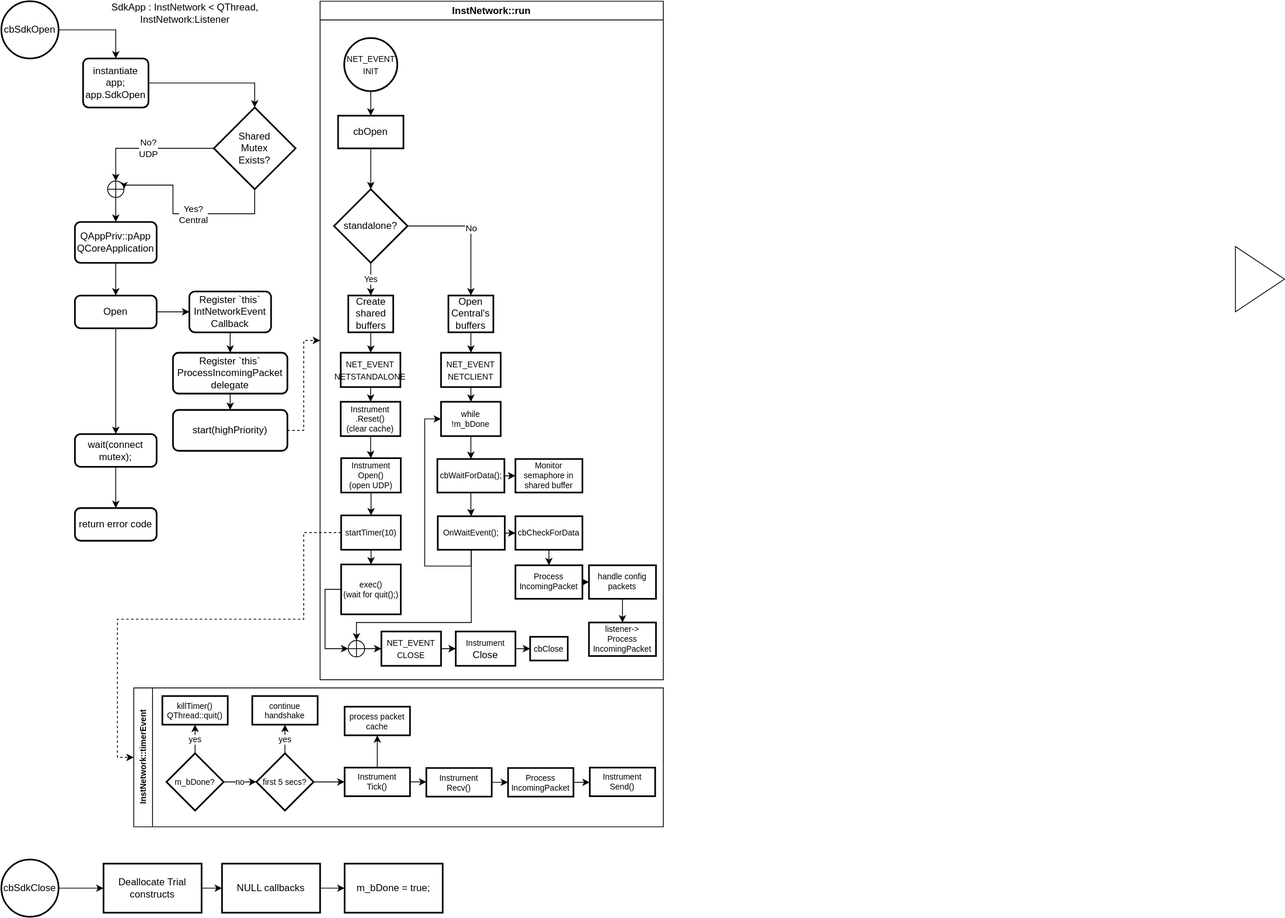
This is doc/cbSdkOpen_flowchart.svg from EEGKit/CereLink, a draw.io export, as it was before one commit. Source tidied: cells renumbered, new cells last; positions are measured from the earlier drawing's top-left corner, leaving out a move shared by most shapes.
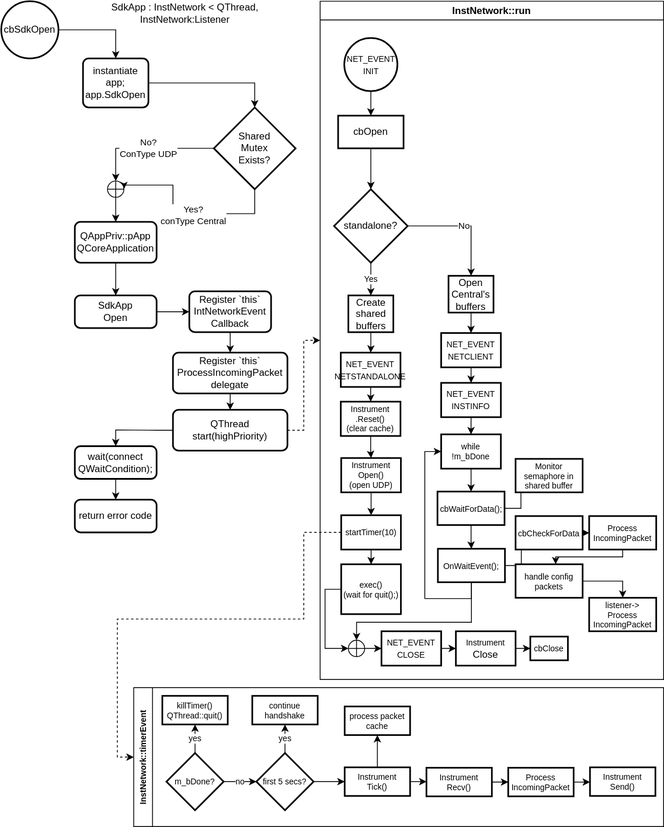
After the change.

Commit message:
Add cbSdkOpen flowchart V2 for proposed changes.

Diff of the diagram source:
```diff
@@ -14,7 +14,7 @@
     <mxCell id="5" value="instantiate app;&lt;br&gt;app.SdkOpen" style="rounded=1;whiteSpace=wrap;html=1;absoluteArcSize=1;arcSize=14;strokeWidth=2;" parent="1" vertex="1">
       <mxGeometry x="100" y="70" width="80" height="60" as="geometry" />
     </mxCell>
-    <mxCell id="6" value="No?&lt;br&gt;UDP" style="edgeStyle=orthogonalEdgeStyle;rounded=0;jettySize=auto;html=1;entryX=0.5;entryY=0;entryDx=0;entryDy=0;entryPerimeter=0;" parent="1" edge="1" source="9" target="22">
+    <mxCell id="6" value="No?&lt;br&gt;ConType UDP" style="edgeStyle=orthogonalEdgeStyle;rounded=0;jettySize=auto;html=1;entryX=0.5;entryY=0;entryDx=0;entryDy=0;entryPerimeter=0;" parent="1" edge="1" source="9" target="22">
       <mxGeometry relative="1" as="geometry" />
     </mxCell>
     <mxCell id="7" style="edgeStyle=orthogonalEdgeStyle;rounded=0;jettySize=auto;html=1;entryX=1;entryY=0.5;entryDx=0;entryDy=0;exitX=0.5;exitY=1;exitDx=0;exitDy=0;exitPerimeter=0;entryPerimeter=0;" parent="1" edge="1" source="9" target="22">
@@ -27,7 +27,7 @@
         </Array>
       </mxGeometry>
     </mxCell>
-    <mxCell id="8" value="Yes?&lt;br&gt;Central" style="edgeLabel;html=1;align=center;verticalAlign=middle;" parent="7" vertex="1">
+    <mxCell id="8" value="Yes?&lt;br&gt;conType Central" style="edgeLabel;html=1;align=center;verticalAlign=middle;" parent="7" vertex="1">
       <mxGeometry x="-0.09" y="1" relative="1" as="geometry" />
     </mxCell>
     <mxCell id="9" value="Shared&lt;br&gt;Mutex&lt;br&gt;Exists?" style="strokeWidth=2;html=1;shape=mxgraph.flowchart.decision;whiteSpace=wrap;" parent="1" vertex="1">
@@ -36,15 +36,9 @@
     <mxCell id="10" style="edgeStyle=orthogonalEdgeStyle;rounded=0;jettySize=auto;html=1;entryX=0;entryY=0.5;entryDx=0;entryDy=0;" parent="1" edge="1" source="12" target="15">
       <mxGeometry relative="1" as="geometry" />
     </mxCell>
-    <mxCell id="11" style="edgeStyle=orthogonalEdgeStyle;rounded=0;jettySize=auto;html=1;" parent="1" edge="1" source="12" target="26">
-      <mxGeometry relative="1" as="geometry" />
-    </mxCell>
-    <mxCell id="12" value="Open" style="rounded=1;whiteSpace=wrap;html=1;absoluteArcSize=1;arcSize=14;strokeWidth=2;" parent="1" vertex="1">
+    <mxCell id="12" value="SdkApp&lt;br&gt;Open" style="rounded=1;whiteSpace=wrap;html=1;absoluteArcSize=1;arcSize=14;strokeWidth=2;" parent="1" vertex="1">
       <mxGeometry x="90" y="360" width="100" height="40" as="geometry" />
     </mxCell>
-    <mxCell id="13" style="triangle;whiteSpace=wrap;html=1;" parent="1" vertex="1">
-      <mxGeometry x="1510" y="300" width="60" height="80" as="geometry" />
-    </mxCell>
     <mxCell id="14" style="edgeStyle=orthogonalEdgeStyle;rounded=0;jettySize=auto;html=1;entryX=0.5;entryY=0;entryDx=0;entryDy=0;" parent="1" edge="1" source="15" target="17">
       <mxGeometry relative="1" as="geometry" />
     </mxCell>
@@ -75,17 +69,20 @@
     <mxCell id="23" style="edgeStyle=orthogonalEdgeStyle;rounded=0;jettySize=auto;html=1;entryX=0;entryY=0.5;entryDx=0;entryDy=0;dashed=1;" parent="1" edge="1" source="24" target="28">
       <mxGeometry relative="1" as="geometry" />
     </mxCell>
+    <mxCell id="102" style="edgeStyle=orthogonalEdgeStyle;rounded=0;jettySize=auto;html=1;entryX=0.5;entryY=0;entryDx=0;entryDy=0;" parent="1" edge="1" source="24" target="26">
+      <mxGeometry relative="1" as="geometry" />
+    </mxCell>
-    <mxCell id="24" value="start(highPriority)" style="rounded=1;whiteSpace=wrap;html=1;absoluteArcSize=1;arcSize=14;strokeWidth=2;" parent="1" vertex="1">
+    <mxCell id="24" value="QThread&lt;br&gt;start(highPriority)" style="rounded=1;whiteSpace=wrap;html=1;absoluteArcSize=1;arcSize=14;strokeWidth=2;" parent="1" vertex="1">
       <mxGeometry x="210" y="500" width="140" height="50" as="geometry" />
     </mxCell>
     <mxCell id="25" style="edgeStyle=orthogonalEdgeStyle;rounded=0;jettySize=auto;html=1;" parent="1" edge="1" source="26" target="27">
       <mxGeometry relative="1" as="geometry" />
     </mxCell>
-    <mxCell id="26" value="wait(connect mutex);" style="rounded=1;whiteSpace=wrap;html=1;absoluteArcSize=1;arcSize=14;strokeWidth=2;" parent="1" vertex="1">
-      <mxGeometry x="90" y="529.5" width="100" height="40" as="geometry" />
+    <mxCell id="26" value="wait(connect QWaitCondition);" style="rounded=1;whiteSpace=wrap;html=1;absoluteArcSize=1;arcSize=14;strokeWidth=2;" parent="1" vertex="1">
+      <mxGeometry x="90" y="544.5" width="100" height="40" as="geometry" />
     </mxCell>
     <mxCell id="27" value="return error code" style="rounded=1;whiteSpace=wrap;html=1;absoluteArcSize=1;arcSize=14;strokeWidth=2;" parent="1" vertex="1">
-      <mxGeometry x="90" y="620" width="100" height="40" as="geometry" />
+      <mxGeometry x="90" y="610" width="100" height="40" as="geometry" />
     </mxCell>
     <mxCell id="28" value="InstNetwork::run" style="swimlane;whiteSpace=wrap;html=1;" parent="1" vertex="1">
       <mxGeometry x="390" width="420" height="830" as="geometry" />
@@ -112,7 +109,7 @@
       <mxGeometry relative="1" as="geometry" />
     </mxCell>
     <mxCell id="36" value="Open&lt;br&gt;Central's&lt;br&gt;buffers" style="whiteSpace=wrap;html=1;strokeWidth=2;" parent="28" vertex="1">
-      <mxGeometry x="157" y="360" width="55" height="45" as="geometry" />
+      <mxGeometry x="157" y="336" width="55" height="45" as="geometry" />
     </mxCell>
     <mxCell id="37" value="No" style="edgeStyle=orthogonalEdgeStyle;rounded=0;jettySize=auto;html=1;" parent="28" edge="1" source="34" target="36">
       <mxGeometry relative="1" as="geometry" />
@@ -129,11 +126,11 @@
     <mxCell id="41" value="&lt;font style=&quot;font-size: 10px;&quot;&gt;NET_EVENT&lt;br&gt;NETSTANDALONE&lt;/font&gt;" style="whiteSpace=wrap;html=1;strokeWidth=2;" parent="28" vertex="1">
       <mxGeometry x="25.2" y="430" width="73" height="42" as="geometry" />
     </mxCell>
-    <mxCell id="42" style="edgeStyle=orthogonalEdgeStyle;rounded=0;jettySize=auto;html=1;fontSize=10;" parent="28" edge="1" source="43" target="53">
-      <mxGeometry relative="1" as="geometry" />
-    </mxCell>
+    <mxCell id="103" style="edgeStyle=orthogonalEdgeStyle;rounded=0;jettySize=auto;html=1;" parent="28" edge="1" source="43" target="105">
+      <mxGeometry relative="1" as="geometry" />
+    </mxCell>
     <mxCell id="43" value="&lt;font style=&quot;font-size: 10px;&quot;&gt;NET_EVENT&lt;br&gt;NETCLIENT&lt;/font&gt;" style="whiteSpace=wrap;html=1;strokeWidth=2;" parent="28" vertex="1">
-      <mxGeometry x="148" y="430" width="73" height="42" as="geometry" />
+      <mxGeometry x="148" y="406" width="73" height="42" as="geometry" />
     </mxCell>
     <mxCell id="44" style="edgeStyle=orthogonalEdgeStyle;rounded=0;jettySize=auto;html=1;fontSize=10;" parent="28" edge="1" source="45" target="47">
       <mxGeometry relative="1" as="geometry" />
@@ -168,7 +165,7 @@
       <mxGeometry relative="1" as="geometry" />
     </mxCell>
     <mxCell id="53" value="while&lt;br&gt;!m_bDone" style="whiteSpace=wrap;html=1;strokeWidth=2;fontSize=10;" parent="28" vertex="1">
-      <mxGeometry x="148" y="490" width="73" height="42" as="geometry" />
+      <mxGeometry x="148" y="530" width="73" height="42" as="geometry" />
     </mxCell>
     <mxCell id="54" style="edgeStyle=orthogonalEdgeStyle;rounded=0;jettySize=auto;html=1;fontSize=10;" parent="28" edge="1" source="56" target="59">
       <mxGeometry relative="1" as="geometry" />
@@ -177,7 +174,7 @@
       <mxGeometry relative="1" as="geometry" />
     </mxCell>
     <mxCell id="56" value="cbWaitForData();" style="whiteSpace=wrap;html=1;strokeWidth=2;fontSize=10;" parent="28" vertex="1">
-      <mxGeometry x="143.5" y="560" width="82" height="41" as="geometry" />
+      <mxGeometry x="143.5" y="600" width="82" height="41" as="geometry" />
     </mxCell>
     <mxCell id="57" style="edgeStyle=orthogonalEdgeStyle;rounded=0;jettySize=auto;html=1;fontSize=10;" parent="28" edge="1" source="59" target="62">
       <mxGeometry relative="1" as="geometry" />
@@ -186,7 +183,7 @@
       <mxGeometry relative="1" as="geometry" />
     </mxCell>
     <mxCell id="59" value="OnWaitEvent();" style="whiteSpace=wrap;html=1;strokeWidth=2;fontSize=10;" parent="28" vertex="1">
-      <mxGeometry x="144" y="630" width="82" height="41" as="geometry" />
+      <mxGeometry x="144" y="670" width="82" height="41" as="geometry" />
     </mxCell>
     <mxCell id="60" value="Monitor semaphore in shared buffer" style="whiteSpace=wrap;html=1;strokeWidth=2;fontSize=10;" parent="28" vertex="1">
       <mxGeometry x="239" y="560" width="82" height="41" as="geometry" />
@@ -198,19 +195,24 @@
       <mxGeometry x="239" y="630" width="82" height="41" as="geometry" />
     </mxCell>
     <mxCell id="63" style="edgeStyle=orthogonalEdgeStyle;rounded=0;jettySize=auto;html=1;fontSize=10;" parent="28" edge="1" source="64" target="66">
-      <mxGeometry relative="1" as="geometry" />
+      <mxGeometry relative="1" as="geometry">
+        <Array as="points">
+          <mxPoint x="370" y="680" />
+          <mxPoint x="288" y="680" />
+        </Array>
+      </mxGeometry>
     </mxCell>
     <mxCell id="64" value="Process&lt;br&gt;IncomingPacket" style="whiteSpace=wrap;html=1;strokeWidth=2;fontSize=10;" parent="28" vertex="1">
-      <mxGeometry x="239" y="690" width="82" height="41" as="geometry" />
+      <mxGeometry x="329" y="630" width="82" height="41" as="geometry" />
     </mxCell>
-    <mxCell id="65" style="edgeStyle=orthogonalEdgeStyle;rounded=0;jettySize=auto;html=1;fontSize=10;" parent="28" edge="1" source="66" target="67">
+    <mxCell id="65" style="edgeStyle=orthogonalEdgeStyle;rounded=0;jettySize=auto;html=1;fontSize=10;entryX=0.5;entryY=0;entryDx=0;entryDy=0;" parent="28" edge="1" source="66" target="67">
       <mxGeometry relative="1" as="geometry" />
     </mxCell>
     <mxCell id="66" value="handle config packets" style="whiteSpace=wrap;html=1;strokeWidth=2;fontSize=10;" parent="28" vertex="1">
-      <mxGeometry x="329" y="690" width="82" height="41" as="geometry" />
+      <mxGeometry x="239" y="689" width="82" height="41" as="geometry" />
     </mxCell>
     <mxCell id="67" value="listener-&amp;gt;&lt;br&gt;Process&lt;br&gt;IncomingPacket" style="whiteSpace=wrap;html=1;strokeWidth=2;fontSize=10;" parent="28" vertex="1">
-      <mxGeometry x="329" y="760" width="82" height="41" as="geometry" />
+      <mxGeometry x="329" y="730" width="82" height="41" as="geometry" />
     </mxCell>
     <mxCell id="68" style="edgeStyle=orthogonalEdgeStyle;rounded=0;jettySize=auto;html=1;entryX=0;entryY=0.5;entryDx=0;entryDy=0;" parent="28" edge="1" source="69" target="71">
       <mxGeometry relative="1" as="geometry" />
@@ -241,6 +243,12 @@
         </Array>
       </mxGeometry>
     </mxCell>
+    <mxCell id="104" style="edgeStyle=orthogonalEdgeStyle;rounded=0;jettySize=auto;html=1;entryX=0.5;entryY=0;entryDx=0;entryDy=0;" parent="28" edge="1" source="105" target="53">
+      <mxGeometry relative="1" as="geometry" />
+    </mxCell>
+    <mxCell id="105" value="&lt;font style=&quot;font-size: 10px;&quot;&gt;NET_EVENT&lt;br&gt;INSTINFO&lt;/font&gt;" style="whiteSpace=wrap;html=1;strokeWidth=2;" parent="28" vertex="1">
+      <mxGeometry x="148" y="467" width="73" height="42" as="geometry" />
+    </mxCell>
     <mxCell id="76" value="InstNetwork::timerEvent" style="swimlane;horizontal=0;whiteSpace=wrap;html=1;fontSize=10;" parent="1" vertex="1">
       <mxGeometry x="162" y="840" width="648" height="170" as="geometry" />
     </mxCell>
@@ -305,26 +313,5 @@
         </Array>
       </mxGeometry>
     </mxCell>
-    <mxCell id="95" style="edgeStyle=orthogonalEdgeStyle;rounded=0;jettySize=auto;html=1;" parent="1" edge="1" source="96" target="98">
-      <mxGeometry relative="1" as="geometry" />
-    </mxCell>
-    <mxCell id="96" value="cbSdkClose" style="strokeWidth=2;html=1;shape=mxgraph.flowchart.start_2;whiteSpace=wrap;" parent="1" vertex="1">
-      <mxGeometry y="1050" width="70" height="70" as="geometry" />
-    </mxCell>
-    <mxCell id="97" style="edgeStyle=orthogonalEdgeStyle;rounded=0;jettySize=auto;html=1;" parent="1" edge="1" source="98" target="100">
-      <mxGeometry relative="1" as="geometry" />
-    </mxCell>
-    <mxCell id="98" value="Deallocate Trial constructs" style="whiteSpace=wrap;html=1;strokeWidth=2;" parent="1" vertex="1">
-      <mxGeometry x="125" y="1055" width="120" height="60" as="geometry" />
-    </mxCell>
-    <mxCell id="99" style="edgeStyle=orthogonalEdgeStyle;rounded=0;jettySize=auto;html=1;" parent="1" edge="1" source="100" target="101">
-      <mxGeometry relative="1" as="geometry" />
-    </mxCell>
-    <mxCell id="100" value="NULL callbacks" style="whiteSpace=wrap;html=1;strokeWidth=2;" parent="1" vertex="1">
-      <mxGeometry x="270" y="1055" width="120" height="60" as="geometry" />
-    </mxCell>
-    <mxCell id="101" value="m_bDone = true;" style="whiteSpace=wrap;html=1;strokeWidth=2;" parent="1" vertex="1">
-      <mxGeometry x="420" y="1055" width="120" height="60" as="geometry" />
-    </mxCell>
   </root>
 </mxGraphModel>
```
